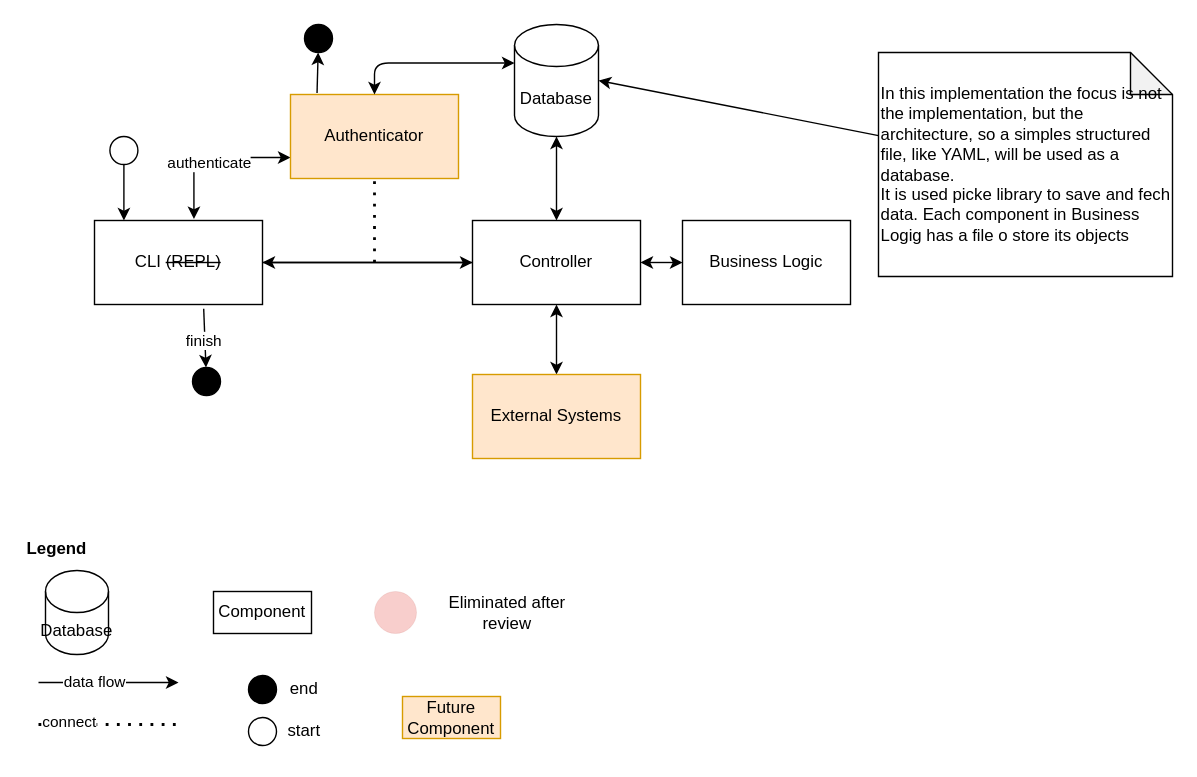
The draw.io diagram page "Main" (1 of 12) of architecture/code_analysis_v3/components-phase1.drawio in douglasdcm/tdd_detroid, before the edit. Source tidied: cells renumbered, new cells numbered last; positions are measured from the earlier drawing's top-left corner, leaving out a move shared by most shapes. Both pictures are drawn from the tidied source at 140%, with x=0, y=0 at pixel (24, 24).
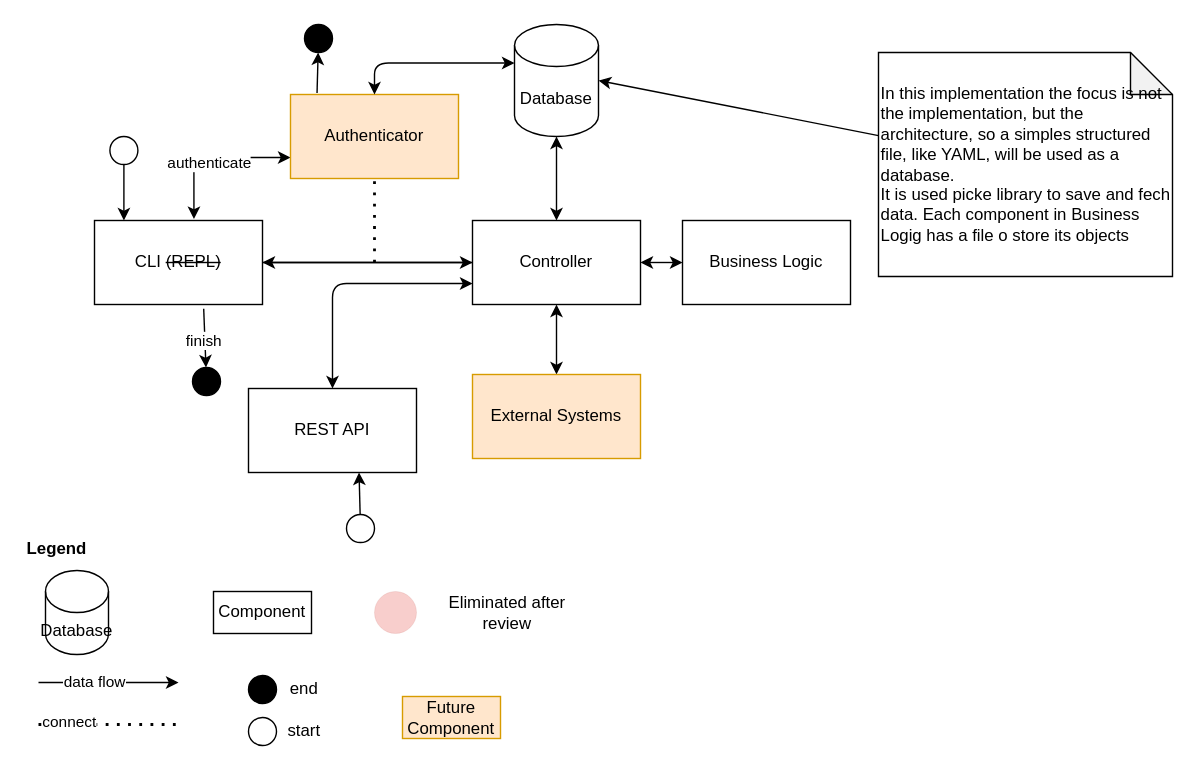
After the change.

Unchanged cells that the change refers to:
```xml
<mxCell id="10" value="Controller" style="rounded=0;whiteSpace=wrap;html=1;" parent="1" vertex="1">
  <mxGeometry x="320" y="140" width="120" height="60" as="geometry" />
</mxCell>
```

Change to the diagram source:
```diff
@@
+    <mxCell id="40" style="edgeStyle=orthogonalEdgeStyle;html=1;exitX=0.5;exitY=0;exitDx=0;exitDy=0;entryX=0;entryY=0.75;entryDx=0;entryDy=0;startArrow=classic;startFill=1;" parent="1" edge="1" source="41" target="10">
+      <mxGeometry relative="1" as="geometry" />
+    </mxCell>
+    <mxCell id="41" value="REST API" style="rounded=0;whiteSpace=wrap;html=1;" parent="1" vertex="1">
+      <mxGeometry x="160" y="260" width="120" height="60" as="geometry" />
+    </mxCell>
+    <mxCell id="42" style="edgeStyle=none;html=1;entryX=0.658;entryY=1;entryDx=0;entryDy=0;entryPerimeter=0;" parent="1" edge="1" source="43" target="41">
+      <mxGeometry relative="1" as="geometry" />
+    </mxCell>
+    <mxCell id="43" style="ellipse;whiteSpace=wrap;html=1;" parent="1" vertex="1">
+      <mxGeometry x="230" y="350" width="20" height="20" as="geometry" />
+    </mxCell>
```
